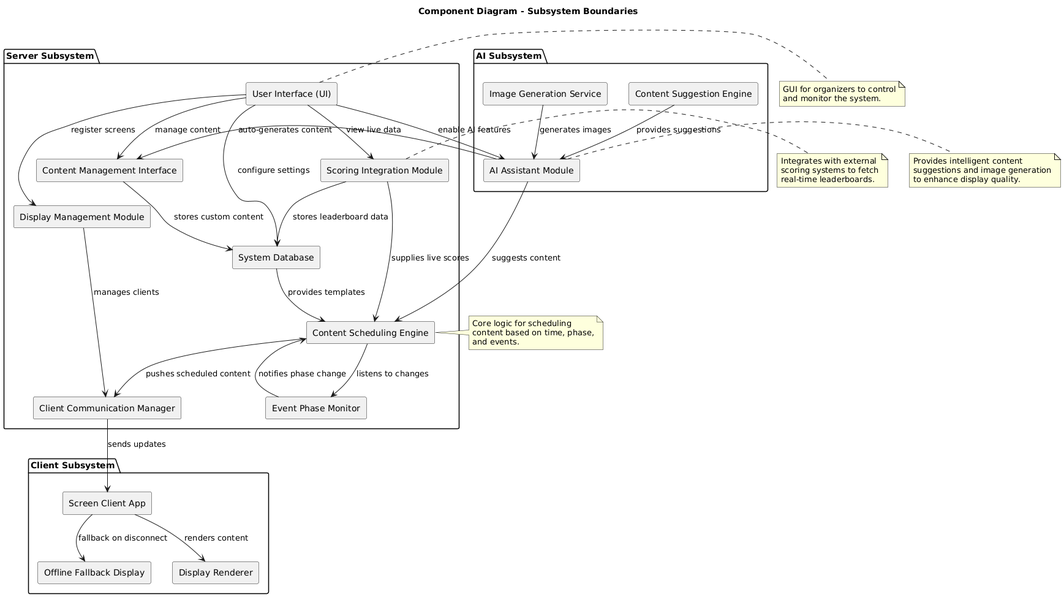
AET-DevOps25/team-robogo keeps this PlantUML diagram as documentation/com.png. Above is the earlier version. Source of this version:
```plantuml
@startuml
skinparam componentStyle rectangle

package "Client Subsystem" {
  [Screen Client App] as client_app
  [Offline Fallback Display] as fallback_display
  [Display Renderer] as renderer
}

package "Server Subsystem" {
  [Display Management Module] as display_mgmt
  [Content Scheduling Engine] as content_engine
  [Event Phase Monitor] as event_monitor
  [Content Management Interface] as content_mgmt
  [Scoring Integration Module] as scoring_integ
  [System Database] as database
  [User Interface (UI)] as ui
  [Client Communication Manager] as comm_manager
}

package "AI Subsystem" {
  [AI Assistant Module] as ai_assistant
  [Image Generation Service] as image_gen
  [Content Suggestion Engine] as content_suggest
}


client_app --> fallback_display : fallback on disconnect
client_app --> renderer : renders content
comm_manager --> client_app : sends updates

display_mgmt --> comm_manager : manages clients
content_engine --> comm_manager : pushes scheduled content
event_monitor --> content_engine : notifies phase change
content_engine --> event_monitor : listens to changes

content_mgmt --> database : stores custom content
database --> content_engine : provides templates

scoring_integ --> content_engine : supplies live scores
scoring_integ --> database : stores leaderboard data

ai_assistant --> content_engine : suggests content
image_gen --> ai_assistant : generates images
content_suggest --> ai_assistant : provides suggestions
ai_assistant --> content_mgmt : auto-generates content

ui --> display_mgmt : register screens
ui --> content_mgmt : manage content
ui --> scoring_integ : view live data
ui --> ai_assistant : enable AI features
ui --> database : configure settings

note right of ui
  GUI for organizers to control
  and monitor the system.
end note

note right of content_engine
  Core logic for scheduling
  content based on time, phase,
  and events.
end note

note left of scoring_integ
  Integrates with external
  scoring systems to fetch
  real-time leaderboards.
end note

note right of ai_assistant
  Provides intelligent content
  suggestions and image generation
  to enhance display quality.
end note

title Component Diagram - Subsystem Boundaries
@enduml
```
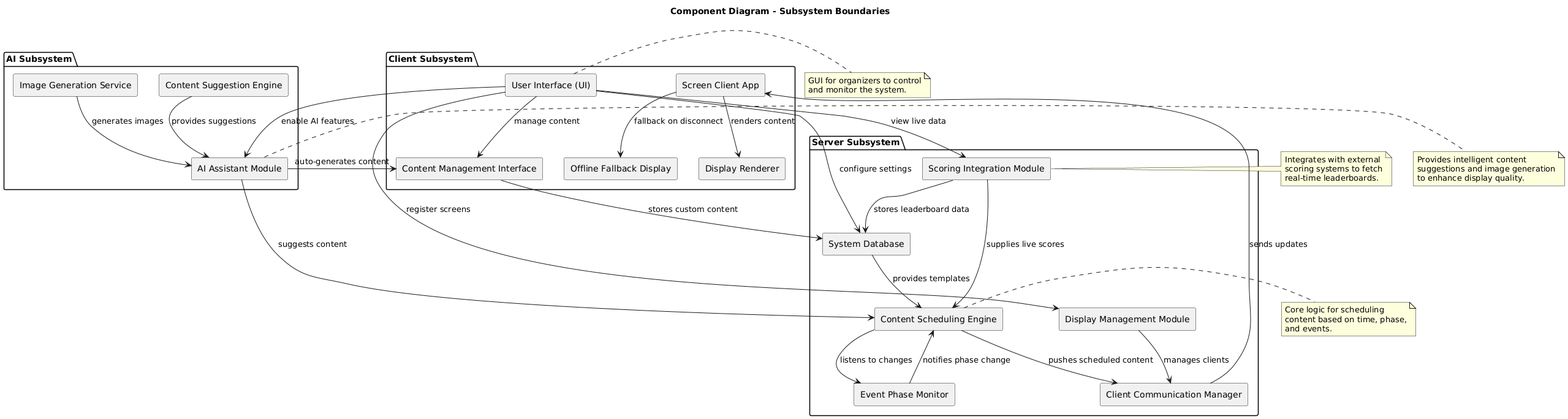
After the commit.

Diff of the diagram source:
```diff
@@ -5,16 +5,16 @@
   [Screen Client App] as client_app
   [Offline Fallback Display] as fallback_display
   [Display Renderer] as renderer
+  [User Interface (UI)] as ui
+  [Content Management Interface] as content_mgmt
 }
 
 package "Server Subsystem" {
   [Display Management Module] as display_mgmt
   [Content Scheduling Engine] as content_engine
   [Event Phase Monitor] as event_monitor
-  [Content Management Interface] as content_mgmt
   [Scoring Integration Module] as scoring_integ
   [System Database] as database
-  [User Interface (UI)] as ui
   [Client Communication Manager] as comm_manager
 }
 
```
